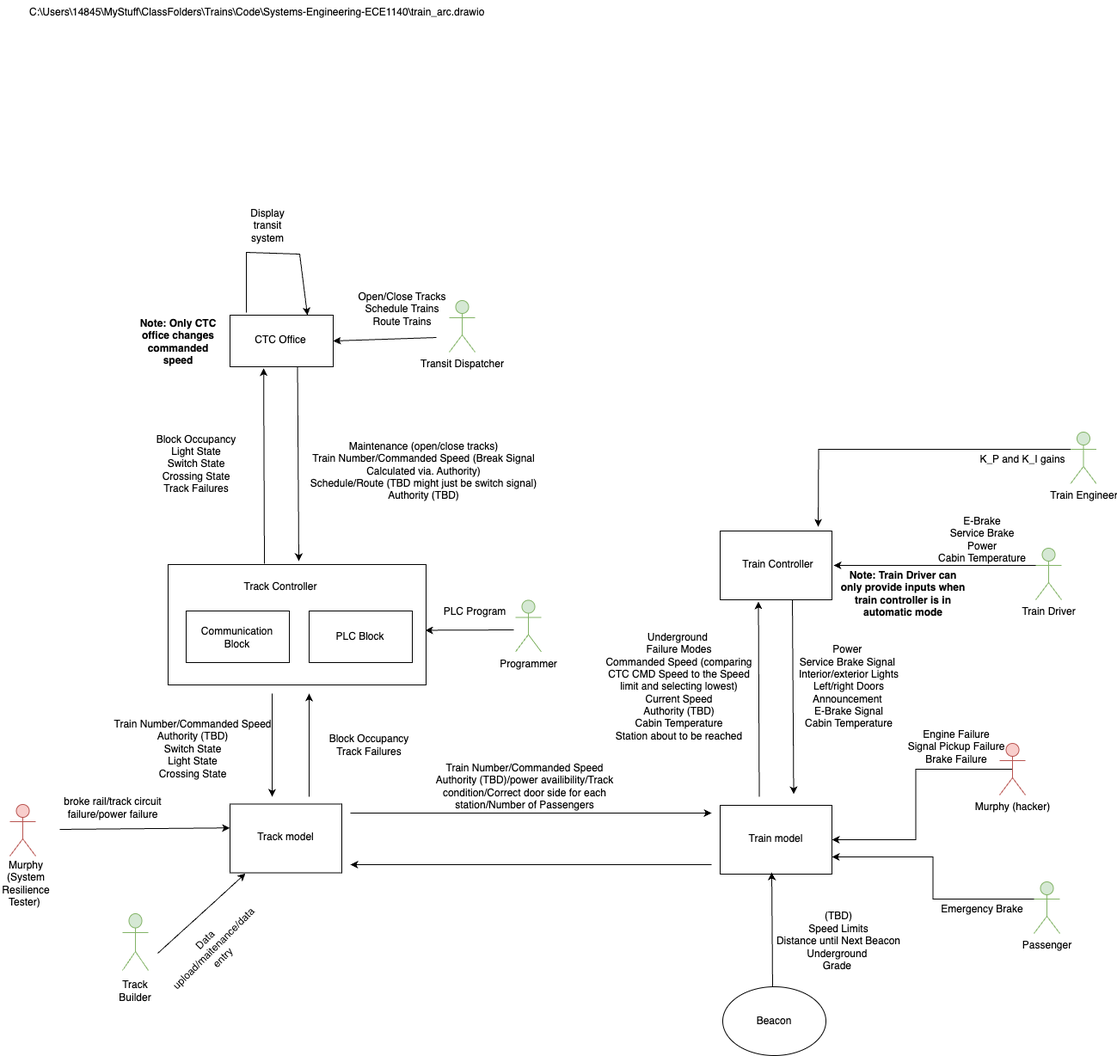
Before: Architecture_Group3.png, a diagram exported from draw.io (lao57/Systems-Engineering-ECE1140). Source tidied: cells renumbered, new cells last; positions are measured from the earlier drawing's top-left corner, leaving out a move shared by most shapes.
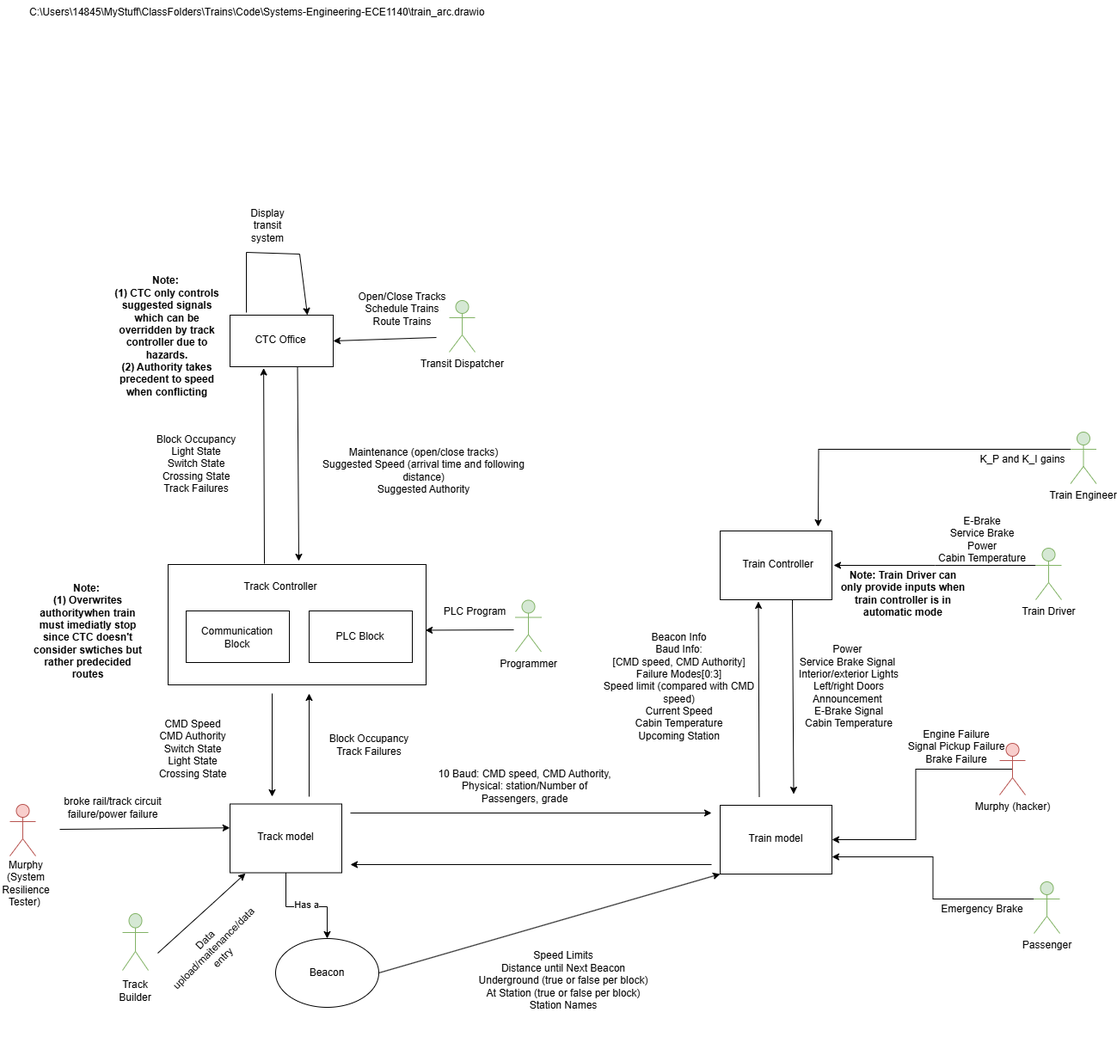
Above is the later version.

Commit message:
Updating system physical architecture

Diff of the diagram source:
```diff
@@ -43,8 +43,8 @@
         <mxPoint x="307" y="655" as="sourcePoint" />
       </mxGeometry>
     </mxCell>
-    <mxCell id="14" value="&lt;b&gt;Note: Only CTC office changes commanded speed&lt;/b&gt;" style="text;html=1;align=center;verticalAlign=middle;whiteSpace=wrap;rounded=0;" parent="1" vertex="1">
-      <mxGeometry x="157" y="367" width="100" height="59" as="geometry" />
+    <mxCell id="14" value="&lt;b&gt;Note:&amp;nbsp;&lt;/b&gt;&lt;div&gt;&lt;b&gt;(1) CTC only controls suggested signals which can be overridden by track controller due to hazards.&lt;/b&gt;&lt;/div&gt;&lt;div&gt;&lt;b&gt;(2) Authority takes precedent to speed when conflicting&lt;/b&gt;&lt;/div&gt;&lt;div&gt;&lt;div&gt;&lt;b&gt;&lt;br&gt;&lt;/b&gt;&lt;/div&gt;&lt;/div&gt;" style="text;html=1;align=center;verticalAlign=middle;whiteSpace=wrap;rounded=0;" parent="1" vertex="1">
+      <mxGeometry x="127" y="315" width="134" height="167" as="geometry" />
     </mxCell>
     <mxCell id="15" style="endArrow=classic;html=1;rounded=0;" parent="1" edge="1">
       <mxGeometry relative="1" as="geometry">
@@ -64,6 +64,19 @@
     <mxCell id="18" value="&lt;div&gt;Train model&lt;/div&gt;" style="text;html=1;align=center;verticalAlign=middle;whiteSpace=wrap;rounded=0;" parent="1" vertex="1">
       <mxGeometry x="862" y="957" width="80" height="35" as="geometry" />
     </mxCell>
+    <mxCell id="65" style="edgeStyle=orthogonalEdgeStyle;rounded=0;jettySize=auto;html=1;exitX=0.5;exitY=1;exitDx=0;exitDy=0;entryX=0.5;entryY=0;entryDx=0;entryDy=0;" parent="1" edge="1" source="19" target="36">
+      <mxGeometry relative="1" as="geometry">
+        <Array as="points">
+          <mxPoint x="332" y="1054" />
+          <mxPoint x="380" y="1054" />
+        </Array>
+      </mxGeometry>
+    </mxCell>
+    <mxCell id="66" value="Has a" style="edgeLabel;html=1;align=center;verticalAlign=middle;" parent="65" vertex="1">
+      <mxGeometry x="0.2" relative="1" as="geometry">
+        <mxPoint x="-11" y="-2" as="offset" />
+      </mxGeometry>
+    </mxCell>
     <mxCell id="19" style="rounded=0;whiteSpace=wrap;html=1;" parent="1" vertex="1">
       <mxGeometry x="267" y="934.5" width="130" height="80" as="geometry" />
     </mxCell>
@@ -82,11 +95,11 @@
         <mxPoint x="316" y="926" as="targetPoint" />
       </mxGeometry>
     </mxCell>
-    <mxCell id="23" value="&lt;div&gt;Train Number/Commanded Speed&lt;/div&gt;&lt;div&gt;Authority (TBD)/power availibility/Track condition/Correct door side for each station/Number of Passengers&lt;/div&gt;" style="text;html=1;align=center;verticalAlign=middle;whiteSpace=wrap;rounded=0;" parent="1" vertex="1">
+    <mxCell id="23" value="&lt;div&gt;&lt;span style=&quot;background-color: transparent; color: light-dark(rgb(0, 0, 0), rgb(255, 255, 255));&quot;&gt;10 Baud: CMD speed, CMD Authority,&lt;/span&gt;&lt;/div&gt;&lt;div&gt;&lt;span style=&quot;background-color: transparent; color: light-dark(rgb(0, 0, 0), rgb(255, 255, 255));&quot;&gt;Physical: station/Number of Passengers, grade&lt;/span&gt;&lt;/div&gt;" style="text;html=1;align=center;verticalAlign=middle;whiteSpace=wrap;rounded=0;" parent="1" vertex="1">
       <mxGeometry x="501" y="855" width="218" height="117" as="geometry" />
     </mxCell>
-    <mxCell id="24" value="&lt;div&gt;(TBD)&lt;/div&gt;Speed Limits&lt;div&gt;Distance until Next Beacon&lt;/div&gt;&lt;div&gt;Underground&amp;nbsp;&lt;/div&gt;&lt;div&gt;Grade&amp;nbsp;&lt;/div&gt;&lt;div&gt;&lt;br&gt;&lt;/div&gt;" style="text;html=1;align=center;verticalAlign=middle;whiteSpace=wrap;rounded=0;" parent="1" vertex="1">
-      <mxGeometry x="872" y="1042" width="206" height="117" as="geometry" />
+    <mxCell id="24" value="&lt;div&gt;&lt;span style=&quot;background-color: transparent; color: light-dark(rgb(0, 0, 0), rgb(255, 255, 255));&quot;&gt;Speed Limits&lt;/span&gt;&lt;/div&gt;&lt;div&gt;Distance until Next Beacon&lt;/div&gt;&lt;div&gt;Underground (true or false per block)&lt;/div&gt;&lt;div&gt;At Station (true or false per block)&lt;/div&gt;&lt;div&gt;Station Names&lt;/div&gt;&lt;div&gt;&lt;br&gt;&lt;/div&gt;" style="text;html=1;align=center;verticalAlign=middle;whiteSpace=wrap;rounded=0;" parent="1" vertex="1">
+      <mxGeometry x="552" y="1088.4" width="206" height="117" as="geometry" />
     </mxCell>
     <mxCell id="25" style="endArrow=classic;html=1;rounded=0;" parent="1" edge="1">
       <mxGeometry relative="1" as="geometry">
@@ -106,13 +119,13 @@
     <mxCell id="28" value="Train Controller" style="text;html=1;align=center;verticalAlign=middle;whiteSpace=wrap;rounded=0;" parent="1" vertex="1">
       <mxGeometry x="862" y="638" width="85" height="35" as="geometry" />
     </mxCell>
-    <mxCell id="29" value="&lt;div&gt;Underground&amp;nbsp;&lt;/div&gt;&lt;div&gt;Failure Modes&lt;/div&gt;&lt;div&gt;&lt;span style=&quot;background-color: transparent; color: light-dark(rgb(0, 0, 0), rgb(255, 255, 255));&quot;&gt;Commanded Speed (comparing CTC CMD Speed to the Speed limit and selecting lowest)&lt;/span&gt;&lt;/div&gt;&lt;div&gt;&lt;span style=&quot;background-color: transparent; color: light-dark(rgb(0, 0, 0), rgb(255, 255, 255));&quot;&gt;Current Speed&lt;/span&gt;&lt;/div&gt;&lt;div&gt;&lt;span style=&quot;background-color: transparent; color: light-dark(rgb(0, 0, 0), rgb(255, 255, 255));&quot;&gt;Authority (TBD)&lt;/span&gt;&lt;/div&gt;&lt;div&gt;Cabin Temperature&lt;span style=&quot;background-color: transparent; color: light-dark(rgb(0, 0, 0), rgb(255, 255, 255));&quot;&gt;&lt;/span&gt;&lt;/div&gt;Station about to be reached" style="text;html=1;align=center;verticalAlign=middle;whiteSpace=wrap;rounded=0;" parent="1" vertex="1">
+    <mxCell id="29" value="&lt;div&gt;Beacon Info&lt;/div&gt;&lt;div&gt;Baud Info:&lt;/div&gt;&lt;div&gt;[&lt;span style=&quot;background-color: transparent; color: light-dark(rgb(0, 0, 0), rgb(255, 255, 255));&quot;&gt;CMD speed, CMD Authority]&lt;/span&gt;&lt;/div&gt;&lt;div&gt;Failure Modes[0:3]&lt;/div&gt;&lt;div&gt;Speed limit (compared with CMD speed)&lt;/div&gt;&lt;div&gt;&lt;span style=&quot;background-color: transparent; color: light-dark(rgb(0, 0, 0), rgb(255, 255, 255));&quot;&gt;Current Speed&lt;/span&gt;&lt;/div&gt;&lt;div&gt;Cabin Temperature&lt;span style=&quot;background-color: transparent; color: light-dark(rgb(0, 0, 0), rgb(255, 255, 255));&quot;&gt;&lt;/span&gt;&lt;/div&gt;Upcoming Station" style="text;html=1;align=center;verticalAlign=middle;whiteSpace=wrap;rounded=0;" parent="1" vertex="1">
       <mxGeometry x="694" y="730" width="191" height="136" as="geometry" />
     </mxCell>
     <mxCell id="30" value="Power&amp;nbsp;&lt;div&gt;Service Brake Signal&amp;nbsp;&lt;/div&gt;&lt;div&gt;Interior/exterior Lights&lt;/div&gt;&lt;div&gt;Left/right Doors&lt;/div&gt;&lt;div&gt;Announcement&amp;nbsp;&lt;/div&gt;&lt;div&gt;E-Brake Signal&lt;/div&gt;&lt;div&gt;Cabin Temperature&lt;/div&gt;" style="text;html=1;align=center;verticalAlign=middle;whiteSpace=wrap;rounded=0;" parent="1" vertex="1">
       <mxGeometry x="912" y="739" width="150" height="117" as="geometry" />
     </mxCell>
-    <mxCell id="31" value="Maintenance (open/close tracks)&lt;div&gt;Train Number/Commanded Speed (Break Signal Calculated via. Authority)&lt;/div&gt;&lt;div&gt;Schedule/Route (TBD might just be switch signal)&lt;/div&gt;&lt;div&gt;Authority (TBD)&lt;/div&gt;&lt;div&gt;&lt;br&gt;&lt;/div&gt;&lt;div&gt;&lt;br&gt;&lt;/div&gt;&lt;div&gt;&lt;br&gt;&lt;/div&gt;&lt;div&gt;&lt;br&gt;&lt;/div&gt;" style="text;html=1;align=center;verticalAlign=middle;whiteSpace=wrap;rounded=0;" parent="1" vertex="1">
+    <mxCell id="31" value="Maintenance (open/close tracks)&lt;div&gt;Suggested Speed (arrival time and following distance)&lt;/div&gt;&lt;div&gt;&lt;span style=&quot;background-color: transparent; color: light-dark(rgb(0, 0, 0), rgb(255, 255, 255));&quot;&gt;Suggested Authority&lt;/span&gt;&lt;/div&gt;&lt;div&gt;&lt;br&gt;&lt;/div&gt;&lt;div&gt;&lt;br&gt;&lt;/div&gt;&lt;div&gt;&lt;br&gt;&lt;/div&gt;&lt;div&gt;&lt;br&gt;&lt;/div&gt;" style="text;html=1;align=center;verticalAlign=middle;whiteSpace=wrap;rounded=0;" parent="1" vertex="1">
       <mxGeometry x="356" y="463" width="273" height="226" as="geometry" />
     </mxCell>
     <mxCell id="32" value="Block Occupancy&lt;div&gt;Light State&lt;/div&gt;&lt;div&gt;Switch State&lt;/div&gt;&lt;div&gt;Crossing State&lt;/div&gt;&lt;div&gt;Track Failures&lt;/div&gt;" style="text;html=1;align=center;verticalAlign=middle;whiteSpace=wrap;rounded=0;" parent="1" vertex="1">
@@ -121,17 +134,14 @@
     <mxCell id="33" value="&lt;div&gt;&lt;br&gt;&lt;/div&gt;&lt;div&gt;Block Occupancy&lt;/div&gt;&lt;div&gt;Track Failures&lt;/div&gt;" style="text;html=1;align=center;verticalAlign=middle;whiteSpace=wrap;rounded=0;" parent="1" vertex="1">
       <mxGeometry x="363" y="790" width="132" height="137" as="geometry" />
     </mxCell>
-    <mxCell id="34" value="Train Number/Commanded Speed&#10;Authority (TBD)&#10;Switch State&#10;Light State&#10;Crossing State&#10;" style="text;whiteSpace=wrap;align=center;" parent="1" vertex="1">
+    <mxCell id="34" value="CMD Speed&#10;CMD Authority&#10;Switch State&#10;Light State&#10;Crossing State&#10;" style="text;whiteSpace=wrap;align=center;" parent="1" vertex="1">
       <mxGeometry x="117" y="828" width="214" height="132" as="geometry" />
     </mxCell>
-    <mxCell id="35" style="endArrow=classic;html=1;rounded=0;" parent="1" edge="1">
-      <mxGeometry relative="1" as="geometry">
-        <mxPoint x="898" y="1149" as="sourcePoint" />
-        <mxPoint x="897" y="1014" as="targetPoint" />
-      </mxGeometry>
+    <mxCell id="35" style="endArrow=classic;html=1;rounded=0;exitX=1;exitY=0.5;exitDx=0;exitDy=0;entryX=0;entryY=1;entryDx=0;entryDy=0;" parent="1" edge="1" source="36" target="17">
+      <mxGeometry relative="1" as="geometry" />
     </mxCell>
     <mxCell id="36" value="Beacon" style="ellipse;whiteSpace=wrap;html=1;" parent="1" vertex="1">
-      <mxGeometry x="840" y="1147" width="120" height="80" as="geometry" />
+      <mxGeometry x="320" y="1091" width="120" height="80" as="geometry" />
     </mxCell>
     <mxCell id="37" style="edgeStyle=orthogonalEdgeStyle;rounded=0;jettySize=auto;html=1;exitX=0.5;exitY=0.5;exitDx=0;exitDy=0;exitPerimeter=0;entryX=1;entryY=0.5;entryDx=0;entryDy=0;" parent="1" edge="1" source="38" target="17">
       <mxGeometry relative="1" as="geometry" />
@@ -238,5 +248,8 @@
     <mxCell id="64" value="Open/Close Tracks&lt;div&gt;Schedule Trains&lt;/div&gt;&lt;div&gt;Route Trains&lt;/div&gt;" style="text;html=1;align=center;verticalAlign=middle;whiteSpace=wrap;rounded=0;" parent="1" vertex="1">
       <mxGeometry x="413" y="344" width="109" height="30" as="geometry" />
     </mxCell>
+    <mxCell id="67" value="&lt;b&gt;Note:&amp;nbsp;&lt;/b&gt;&lt;div&gt;&lt;b&gt;(1) Overwrites authoritywhen train must imediatly stop since CTC doesn't consider swtiches but rather predecided routes&lt;/b&gt;&lt;/div&gt;&lt;div&gt;&lt;div&gt;&lt;b&gt;&lt;br&gt;&lt;/b&gt;&lt;/div&gt;&lt;/div&gt;" style="text;html=1;align=center;verticalAlign=middle;whiteSpace=wrap;rounded=0;" parent="1" vertex="1">
+      <mxGeometry x="35" y="657" width="134" height="167" as="geometry" />
+    </mxCell>
   </root>
 </mxGraphModel>
```
